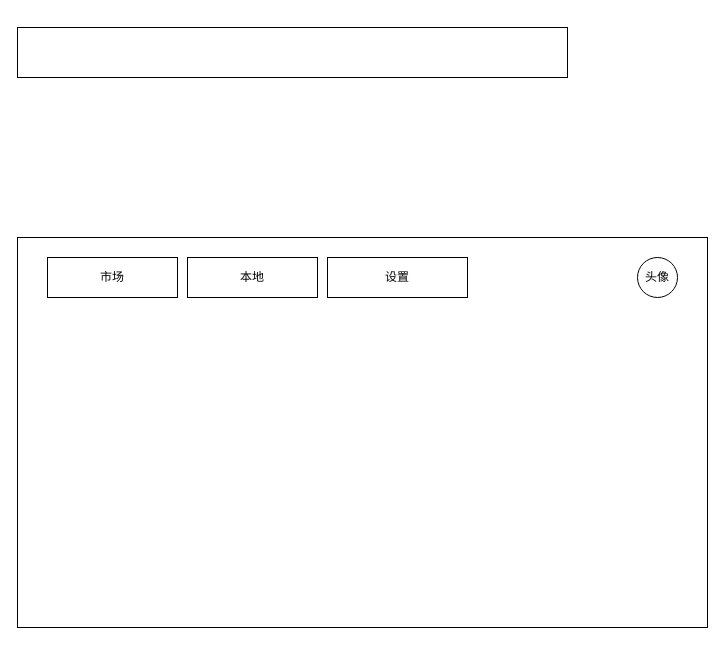
Before: plugin-box.drawio in heyingjiee/draw, a draw.io diagram. Source tidied: cells renumbered, new cells numbered last; positions are measured from the earlier drawing's top-left corner, leaving out a move shared by most shapes. Both pictures are drawn from the tidied source at 100%, with x=0, y=0 at pixel (17, 27).
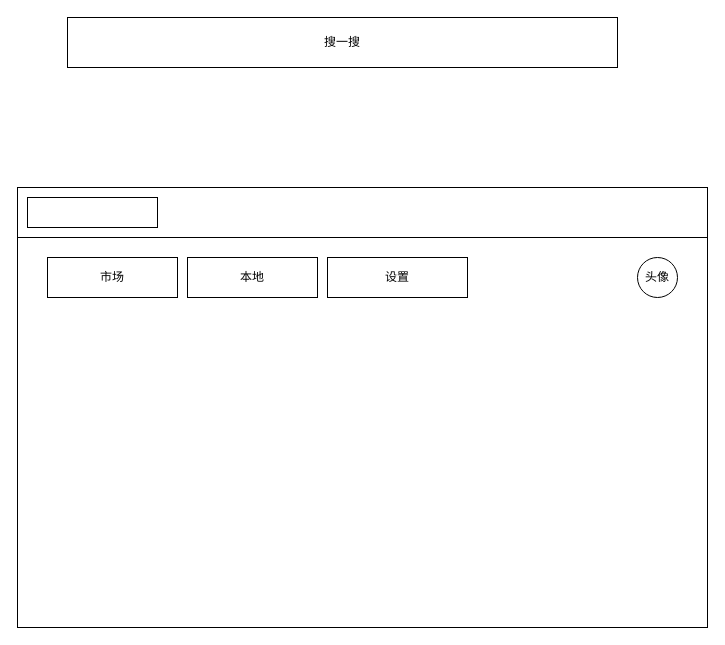
Above is the later version.

The edit, as a diff of the source:
```diff
@@
 <mxGraphModel background="#ffffff">
   <root>
     <mxCell id="0" />
     <mxCell id="1" parent="0" />
     <mxCell id="2" style="rounded=0;whiteSpace=wrap;html=1;" parent="1" vertex="1">
       <mxGeometry y="210" width="690" height="390" as="geometry" />
     </mxCell>
     <mxCell id="3" value="市场" style="rounded=0;whiteSpace=wrap;html=1;" parent="1" vertex="1">
       <mxGeometry x="30" y="230" width="130" height="40" as="geometry" />
     </mxCell>
     <mxCell id="4" value="本地" style="rounded=0;whiteSpace=wrap;html=1;" parent="1" vertex="1">
       <mxGeometry x="170" y="230" width="130" height="40" as="geometry" />
     </mxCell>
     <mxCell id="5" value="设置" style="rounded=0;whiteSpace=wrap;html=1;" parent="1" vertex="1">
       <mxGeometry x="310" y="230" width="140" height="40" as="geometry" />
     </mxCell>
     <mxCell id="6" value="头像" style="ellipse;whiteSpace=wrap;html=1;" parent="1" vertex="1">
       <mxGeometry x="620" y="230" width="40" height="40" as="geometry" />
     </mxCell>
-    <mxCell id="7" style="rounded=0;whiteSpace=wrap;html=1;" parent="1" vertex="1">
-      <mxGeometry width="550" height="50" as="geometry" />
+    <mxCell id="7" value="搜一搜" style="rounded=0;whiteSpace=wrap;html=1;" parent="1" vertex="1">
+      <mxGeometry x="50" y="-10" width="550" height="50" as="geometry" />
     </mxCell>
+    <mxCell id="8" style="rounded=0;whiteSpace=wrap;html=1;" parent="1" vertex="1">
+      <mxGeometry y="160" width="690" height="50" as="geometry" />
+    </mxCell>
+    <mxCell id="9" style="rounded=0;whiteSpace=wrap;html=1;" parent="1" vertex="1">
+      <mxGeometry x="10" y="170" width="130" height="30" as="geometry" />
+    </mxCell>
   </root>
 </mxGraphModel>
```
